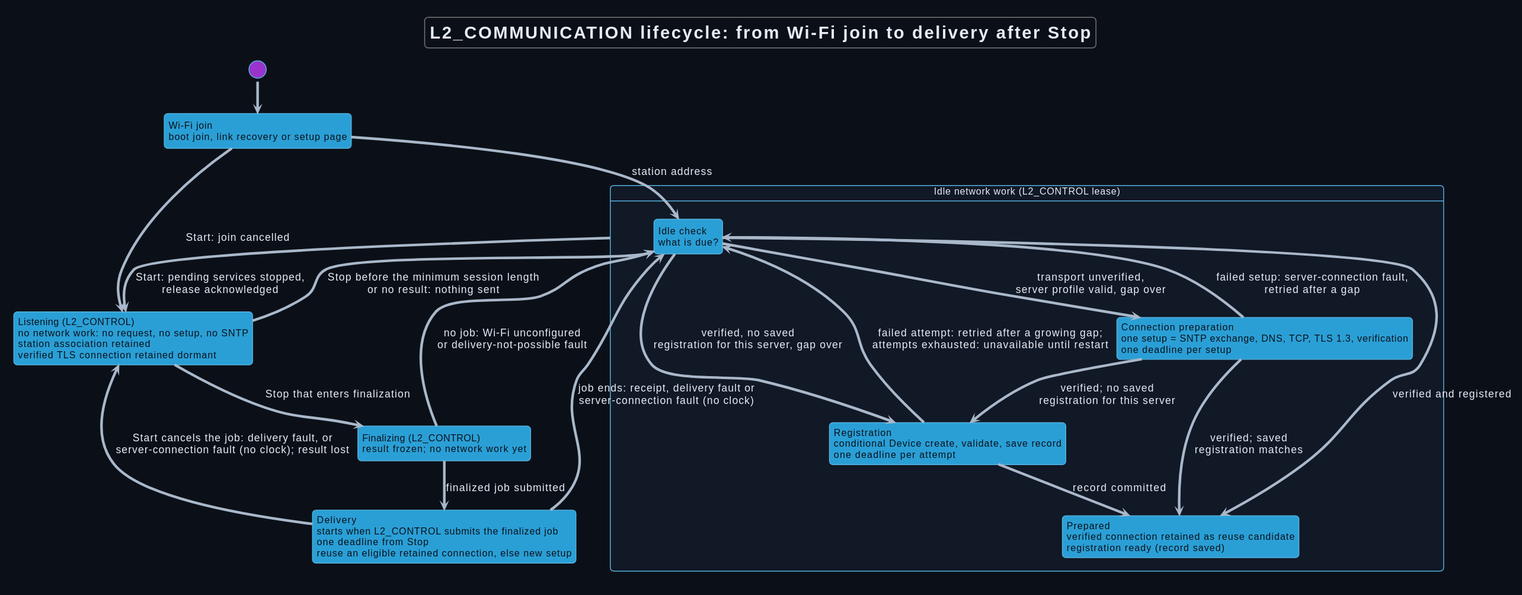
Above: Development/system/architecture/COMMUNICATION/rendered/communication_lifecycle.svg in DemonicPsychoII/DigitalStethoscope (PlantUML), before the change.
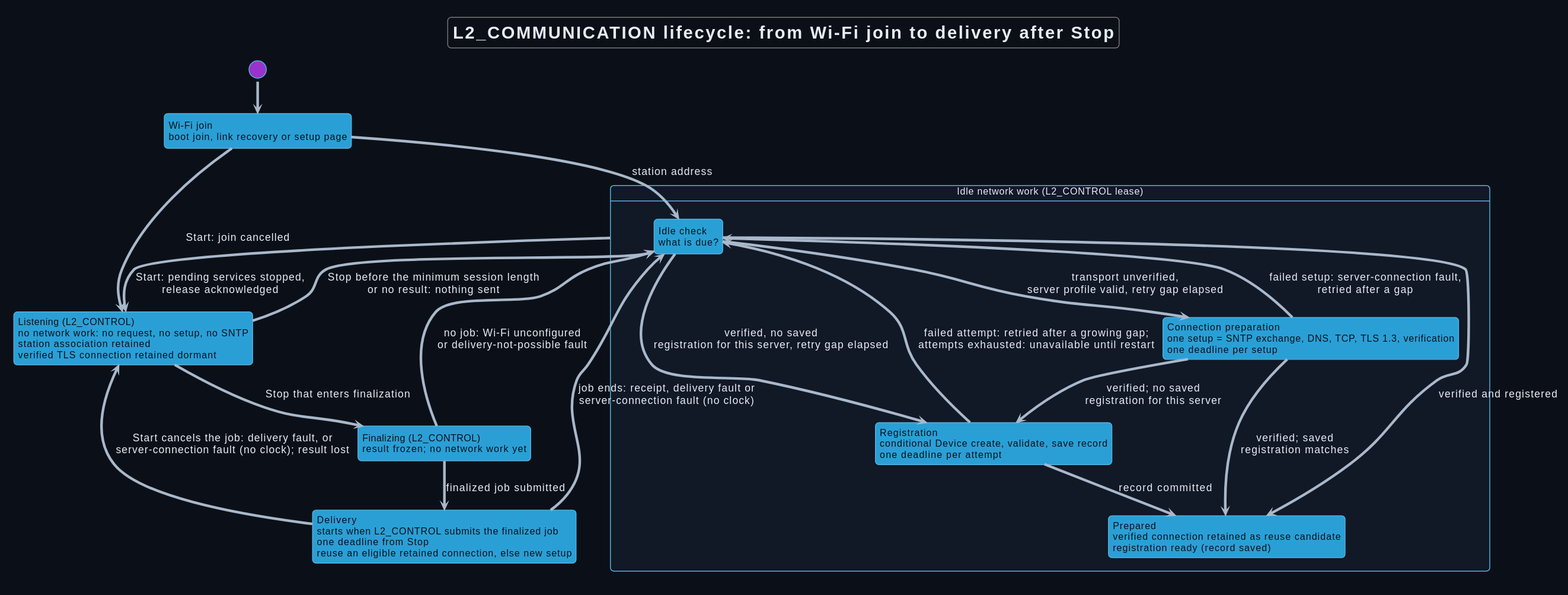
The same file after the commit.

Diff of the diagram source:
```diff
@@ -23,8 +23,8 @@
 state "Delivery\nstarts when L2_CONTROL submits the finalized job\none deadline from Stop\nreuse an eligible retained connection, else new setup" as Delivery
 [*] --> Join
 Join -down-> Check : station address
-Check --> Preparation : transport unverified,\nserver profile valid, gap over
-Check --> Registration : verified, no saved\nregistration for this server, gap over
+Check --> Preparation : transport unverified,\nserver profile valid, retry gap elapsed
+Check --> Registration : verified, no saved\nregistration for this server, retry gap elapsed
 Check --> Prepared : verified and registered
 Preparation --> Check : failed setup: server-connection fault,\nretried after a gap
 Preparation --> Registration : verified; no saved\nregistration for this server
```
